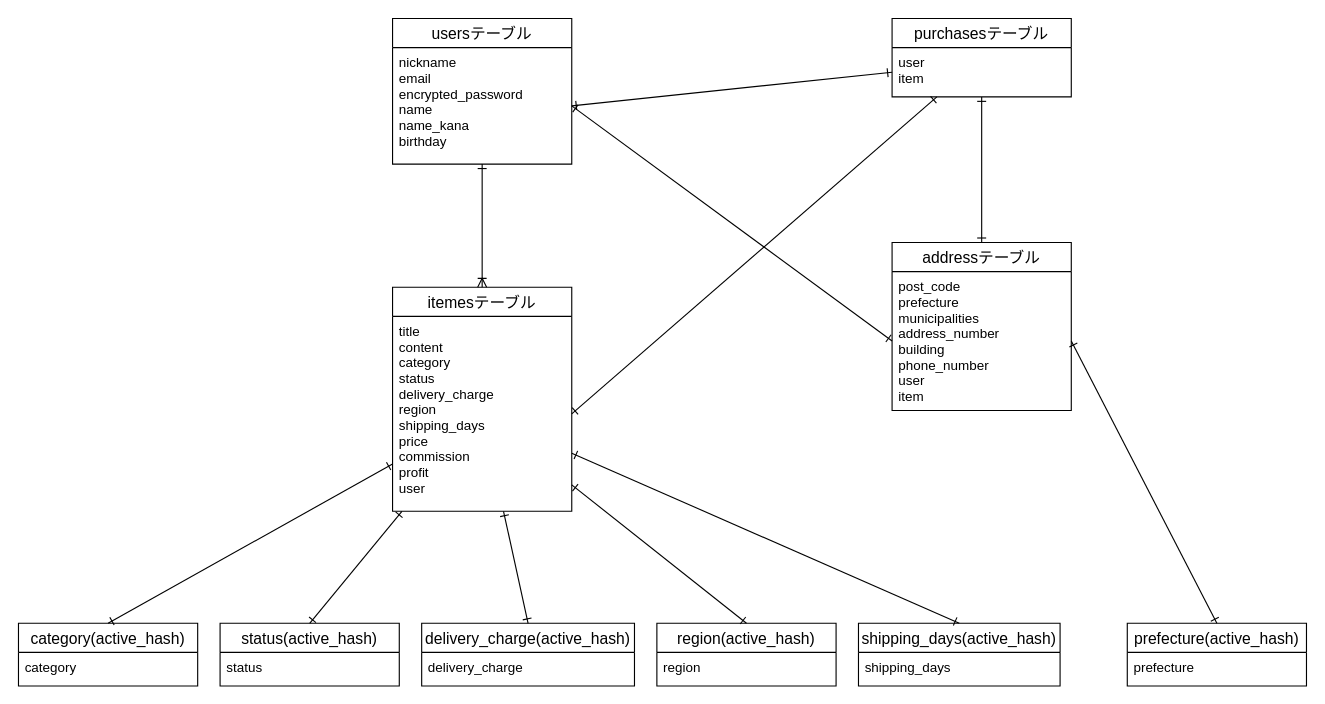
Above: furima.dio in kumahiro0517/furima-37655 (draw.io), before the change. Source tidied: cells renumbered, new cells numbered last; positions are measured from the earlier drawing's top-left corner, leaving out a move shared by most shapes. Both pictures are drawn from the tidied source at 112%, with x=0, y=0 at pixel (18, 18).
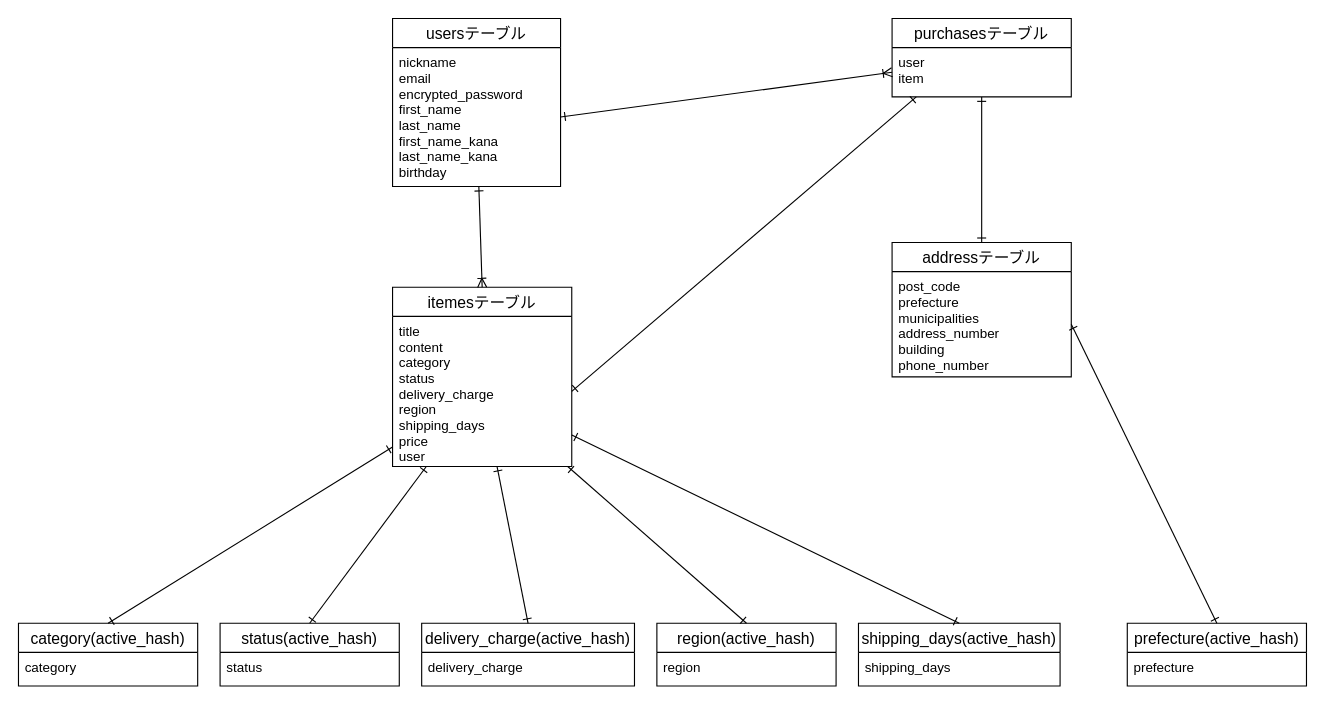
The same diagram, later.

Commit message (it also covers changes not shown here):
データベース作成

Unchanged cells that the change refers to:
```xml
<mxCell id="7" value="user&#10;item" style="text;strokeColor=none;fillColor=none;spacingLeft=4;spacingRight=4;overflow=hidden;points=[[0,0.5],[1,0.5]];portConstraint=eastwest;fontSize=12;" parent="6" vertex="1">
  <mxGeometry y="26" width="160" height="44" as="geometry" />
</mxCell>
```

Change to the diagram source:
```diff
@@
     <mxCell id="2" value="usersテーブル" style="swimlane;fontStyle=0;horizontal=1;startSize=26;align=center;fontSize=14;" parent="1" vertex="1">
-      <mxGeometry x="334" width="160" height="130" as="geometry" />
+      <mxGeometry x="334" width="150" height="150" as="geometry" />
     </mxCell>
-    <mxCell id="3" value="nickname&#10;email&#10;encrypted_password&#10;name&#10;name_kana&#10;birthday" style="text;strokeColor=none;fillColor=none;spacingLeft=4;spacingRight=4;overflow=hidden;points=[[0,0.5],[1,0.5]];portConstraint=eastwest;fontSize=12;" parent="2" vertex="1">
-      <mxGeometry y="26" width="160" height="104" as="geometry" />
+    <mxCell id="3" value="nickname&#10;email&#10;encrypted_password&#10;first_name&#10;last_name&#10;first_name_kana&#10;last_name_kana&#10;birthday" style="text;strokeColor=none;fillColor=none;spacingLeft=4;spacingRight=4;overflow=hidden;points=[[0,0.5],[1,0.5]];portConstraint=eastwest;fontSize=12;" parent="2" vertex="1">
+      <mxGeometry y="26" width="150" height="124" as="geometry" />
     </mxCell>
     <mxCell id="4" value="itemesテーブル" style="swimlane;fontStyle=0;horizontal=1;startSize=26;align=center;fontSize=14;" parent="1" vertex="1">
-      <mxGeometry x="334" y="240" width="160" height="200" as="geometry" />
+      <mxGeometry x="334" y="240" width="160" height="160" as="geometry" />
     </mxCell>
-    <mxCell id="5" value="title&#10;content&#10;category&#10;status&#10;delivery_charge&#10;region&#10;shipping_days&#10;price&#10;commission&#10;profit&#10;user" style="text;strokeColor=none;fillColor=none;spacingLeft=4;spacingRight=4;overflow=hidden;points=[[0,0.5],[1,0.5]];portConstraint=eastwest;fontSize=12;" parent="4" vertex="1">
-      <mxGeometry y="26" width="160" height="174" as="geometry" />
+    <mxCell id="5" value="title&#10;content&#10;category&#10;status&#10;delivery_charge&#10;region&#10;shipping_days&#10;price&#10;user" style="text;strokeColor=none;fillColor=none;spacingLeft=4;spacingRight=4;overflow=hidden;points=[[0,0.5],[1,0.5]];portConstraint=eastwest;fontSize=12;" parent="4" vertex="1">
+      <mxGeometry y="26" width="160" height="134" as="geometry" />
     </mxCell>
@@
     <mxCell id="8" value="addressテーブル" style="swimlane;fontStyle=0;horizontal=1;startSize=26;align=center;fontSize=14;" parent="1" vertex="1">
-      <mxGeometry x="780" y="200" width="160" height="150" as="geometry" />
+      <mxGeometry x="780" y="200" width="160" height="120" as="geometry" />
     </mxCell>
-    <mxCell id="9" value="post_code&#10;prefecture&#10;municipalities&#10;address_number&#10;building&#10;phone_number&#10;user&#10;item" style="text;strokeColor=none;fillColor=none;spacingLeft=4;spacingRight=4;overflow=hidden;points=[[0,0.5],[1,0.5]];portConstraint=eastwest;fontSize=12;" parent="8" vertex="1">
-      <mxGeometry y="26" width="160" height="124" as="geometry" />
+    <mxCell id="9" value="post_code&#10;prefecture&#10;municipalities&#10;address_number&#10;building&#10;phone_number" style="text;strokeColor=none;fillColor=none;spacingLeft=4;spacingRight=4;overflow=hidden;points=[[0,0.5],[1,0.5]];portConstraint=eastwest;fontSize=12;" parent="8" vertex="1">
+      <mxGeometry y="26" width="160" height="94" as="geometry" />
     </mxCell>
@@
-    <mxCell id="20" style="edgeStyle=none;html=1;endArrow=ERoneToMany;endFill=0;startArrow=ERone;startFill=0;" parent="1" edge="1" source="3" target="4">
-      <mxGeometry relative="1" as="geometry" />
-    </mxCell>
@@
+    <mxCell id="32" style="edgeStyle=none;html=1;entryX=0.5;entryY=0;entryDx=0;entryDy=0;startArrow=ERone;startFill=0;endArrow=ERone;endFill=0;" parent="1" edge="1" source="7" target="8">
+      <mxGeometry relative="1" as="geometry" />
+    </mxCell>
-    <mxCell id="29" style="edgeStyle=none;html=1;exitX=1;exitY=0.5;exitDx=0;exitDy=0;entryX=0;entryY=0.5;entryDx=0;entryDy=0;endArrow=ERone;endFill=0;startArrow=ERone;startFill=0;" parent="1" edge="1" source="3" target="7">
+    <mxCell id="29" style="edgeStyle=none;html=1;entryX=0;entryY=0.5;entryDx=0;entryDy=0;startArrow=ERone;startFill=0;endArrow=ERoneToMany;endFill=0;exitX=1;exitY=0.5;exitDx=0;exitDy=0;" parent="1" edge="1" source="3" target="7">
       <mxGeometry relative="1" as="geometry" />
     </mxCell>
-    <mxCell id="30" style="edgeStyle=none;html=1;exitX=1;exitY=0.5;exitDx=0;exitDy=0;entryX=0;entryY=0.5;entryDx=0;entryDy=0;endArrow=ERone;endFill=0;startArrow=ERone;startFill=0;" parent="1" edge="1" source="3" target="9">
-      <mxGeometry relative="1" as="geometry" />
-    </mxCell>
-    <mxCell id="31" style="edgeStyle=none;html=1;exitX=1;exitY=0.5;exitDx=0;exitDy=0;entryX=0.25;entryY=1;entryDx=0;entryDy=0;entryPerimeter=0;startArrow=ERone;startFill=0;endArrow=ERone;endFill=0;" parent="1" edge="1" source="5" target="7">
+    <mxCell id="31" style="edgeStyle=none;html=1;exitX=1;exitY=0.5;exitDx=0;exitDy=0;entryX=0.135;entryY=1;entryDx=0;entryDy=0;startArrow=ERone;startFill=0;endArrow=ERone;endFill=0;entryPerimeter=0;" parent="1" edge="1" source="5" target="7">
       <mxGeometry relative="1" as="geometry" />
     </mxCell>
-    <mxCell id="32" style="edgeStyle=none;html=1;entryX=0.5;entryY=0;entryDx=0;entryDy=0;startArrow=ERone;startFill=0;endArrow=ERone;endFill=0;" parent="1" edge="1" source="7" target="8">
-      <mxGeometry relative="1" as="geometry" />
-    </mxCell>
+    <mxCell id="20" style="edgeStyle=none;html=1;entryX=0.5;entryY=0;entryDx=0;entryDy=0;startArrow=ERone;startFill=0;endArrow=ERoneToMany;endFill=0;" parent="1" edge="1" source="3" target="4">
+      <mxGeometry relative="1" as="geometry" />
+    </mxCell>
```
